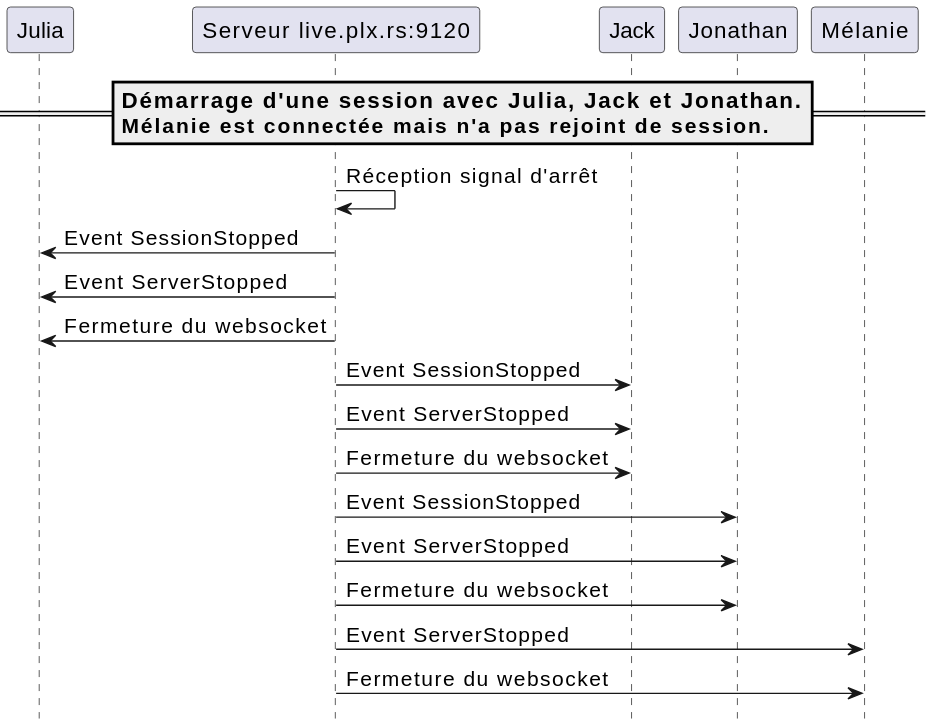
Before: report/protocol/diagrams/shutdown.svg, a diagram exported from PlantUML (samuelroland/tb-docs).
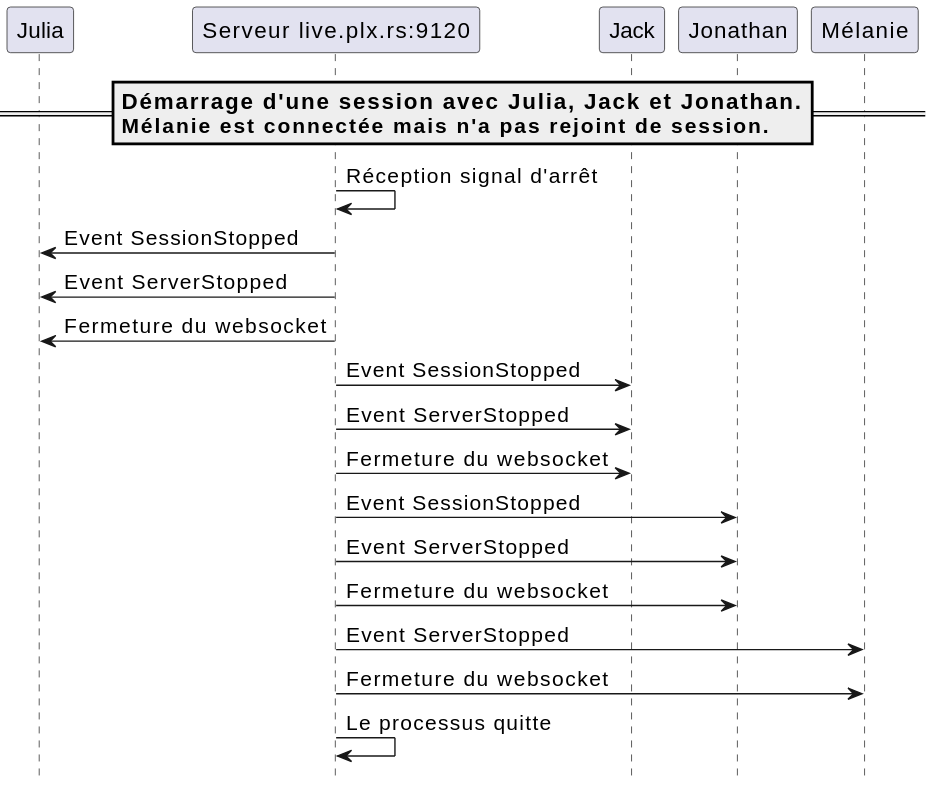
After the change.

Change to the diagram source:
```diff
@@ -22,4 +22,5 @@
 server -> c4: Fermeture du websocket
 server -> c3: Event ServerStopped
 server -> c3: Fermeture du websocket
+server -> server: Le processus quitte
 @enduml
```
